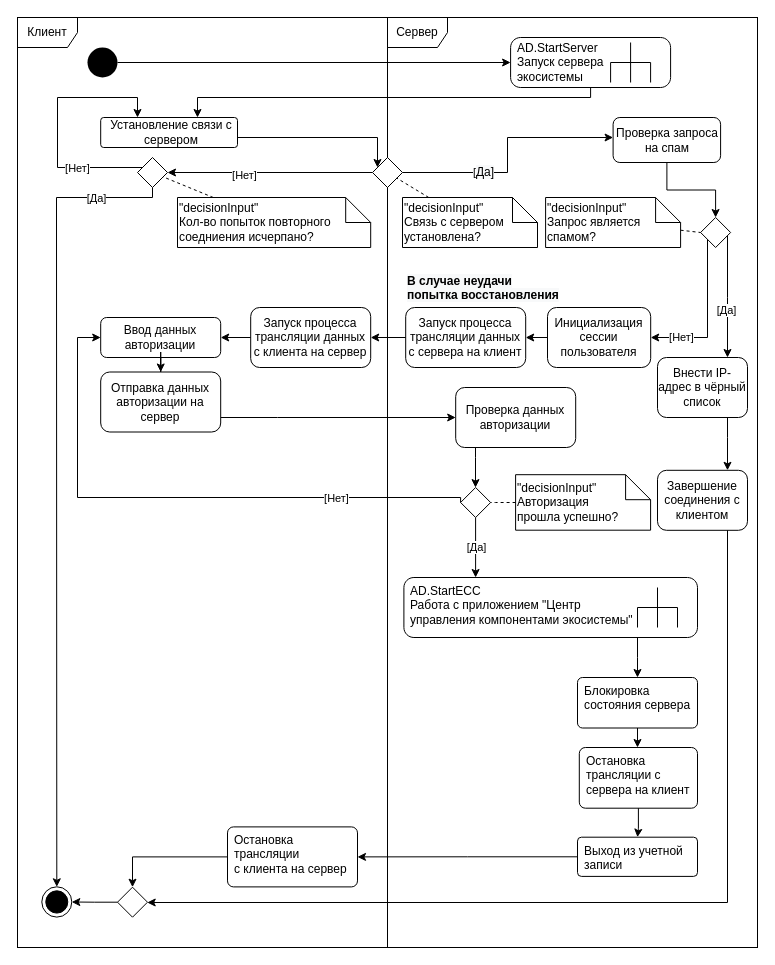
The draw.io diagram architecture/zero-level/activity-diagrams/AD.Administrator.drawio in AVAtarMod/Linux_Ecosystem, before the edit. Source tidied: cells renumbered, new cells numbered last; positions are measured from the earlier drawing's top-left corner, leaving out a move shared by most shapes. Both pictures are drawn from the tidied source at 100%, with x=0, y=0 at pixel (17, 17).
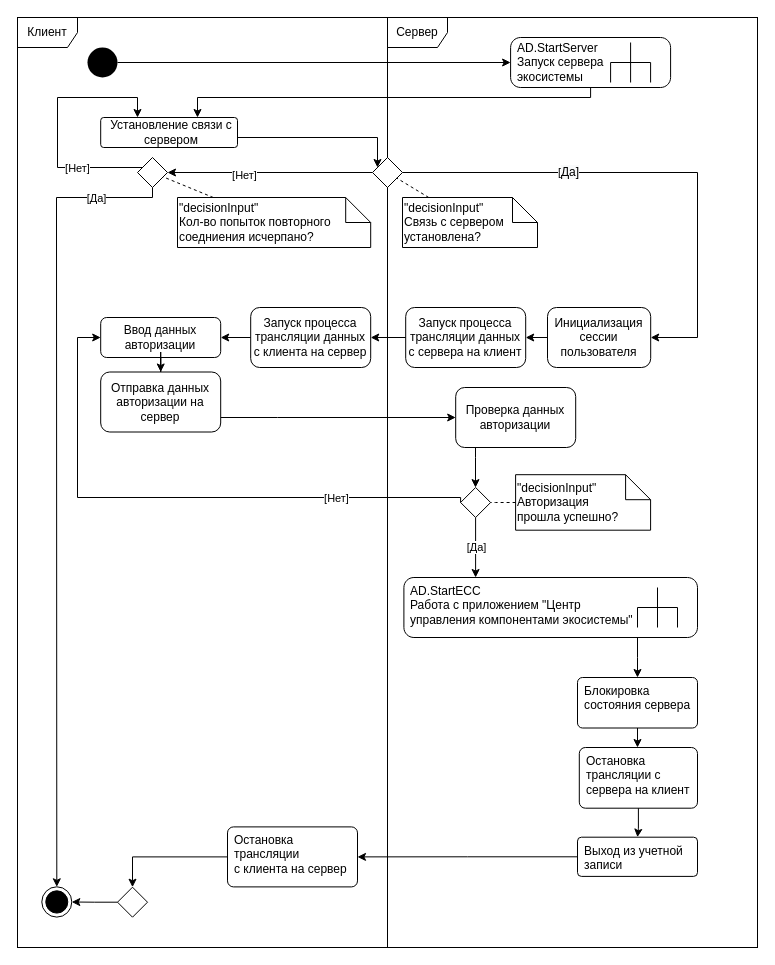
Above is the later version.

The change refers to these unchanged cells:
```xml
<mxCell id="2" style="group;" parent="1" vertex="1">
  <mxGeometry width="740" height="930" as="geometry" />
</mxCell>
<mxCell id="19" style="rhombus;" parent="2" vertex="1">
  <mxGeometry x="100" y="869.7" width="30" height="30" as="geometry" />
</mxCell>
<mxCell id="43" style="rhombus;" parent="1" vertex="1">
  <mxGeometry x="355" y="140" width="30" height="30" as="geometry" />
</mxCell>
<mxCell id="66" value="Инициализация сессии пользователя" style="whiteSpace=wrap;html=1;rounded=1;" parent="1" vertex="1">
  <mxGeometry x="530" y="290" width="103.2" height="60" as="geometry" />
</mxCell>
```

The edit, as a diff of the source:
```diff
@@
-    <mxCell id="15" value="&lt;span style=&quot;color: rgb(0, 0, 0); font-family: Helvetica; font-size: 12px; font-style: normal; font-variant-ligatures: normal; font-variant-caps: normal; font-weight: 700; letter-spacing: normal; orphans: 2; text-indent: 0px; text-transform: none; widows: 2; word-spacing: 0px; -webkit-text-stroke-width: 0px; background-color: rgb(248, 249, 250); text-decoration-thickness: initial; text-decoration-style: initial; text-decoration-color: initial; float: none; display: inline !important;&quot;&gt;В случае неудачи&lt;/span&gt;&lt;br style=&quot;-webkit-font-smoothing: antialiased; padding: 0px; margin: 0px; color: rgb(0, 0, 0); font-family: Helvetica; font-size: 12px; font-style: normal; font-variant-ligatures: normal; font-variant-caps: normal; font-weight: 700; letter-spacing: normal; orphans: 2; text-indent: 0px; text-transform: none; widows: 2; word-spacing: 0px; -webkit-text-stroke-width: 0px; background-color: rgb(248, 249, 250); text-decoration-thickness: initial; text-decoration-style: initial; text-decoration-color: initial;&quot;&gt;&lt;span style=&quot;color: rgb(0, 0, 0); font-family: Helvetica; font-size: 12px; font-style: normal; font-variant-ligatures: normal; font-variant-caps: normal; font-weight: 700; letter-spacing: normal; orphans: 2; text-indent: 0px; text-transform: none; widows: 2; word-spacing: 0px; -webkit-text-stroke-width: 0px; background-color: rgb(248, 249, 250); text-decoration-thickness: initial; text-decoration-style: initial; text-decoration-color: initial; float: none; display: inline !important;&quot;&gt;попытка восстановления&lt;/span&gt;" style="text;whiteSpace=wrap;html=1;align=left;" parent="2" vertex="1">
-      <mxGeometry x="388.1" y="250" width="190" height="50" as="geometry" />
-    </mxCell>
@@
-    <mxCell id="39" style="edgeStyle=orthogonalEdgeStyle;rounded=0;jettySize=auto;html=1;" parent="1" edge="1" source="43" target="45">
+    <mxCell id="39" style="edgeStyle=orthogonalEdgeStyle;rounded=0;jettySize=auto;html=1;" parent="1" edge="1" source="43" target="66">
       <mxGeometry relative="1" as="geometry">
         <Array as="points">
-          <mxPoint x="490" y="155" />
-          <mxPoint x="490" y="120" />
+          <mxPoint x="680" y="155" />
+          <mxPoint x="680" y="320" />
         </Array>
       </mxGeometry>
     </mxCell>
@@
-    <mxCell id="44" style="edgeStyle=orthogonalEdgeStyle;rounded=0;sketch=0;jettySize=auto;html=1;shadow=0;endArrow=classic;endFill=1;strokeColor=default;" parent="1" edge="1" source="45" target="59">
-      <mxGeometry relative="1" as="geometry" />
-    </mxCell>
-    <mxCell id="45" value="Проверка запроса на спам" style="whiteSpace=wrap;html=1;rounded=1;" parent="1" vertex="1">
-      <mxGeometry x="595.6" y="100" width="107.5" height="45" as="geometry" />
-    </mxCell>
@@
-    <mxCell id="55" style="edgeStyle=orthogonalEdgeStyle;rounded=0;sketch=0;jettySize=auto;html=1;shadow=0;endArrow=classic;endFill=1;strokeColor=default;" parent="1" edge="1" source="59" target="63">
-      <mxGeometry relative="1" as="geometry">
-        <Array as="points">
-          <mxPoint x="710" y="280" />
-          <mxPoint x="710" y="280" />
-        </Array>
-      </mxGeometry>
-    </mxCell>
-    <mxCell id="56" value="[Да]" style="edgeLabel;html=1;align=center;verticalAlign=middle;" parent="55" vertex="1">
-      <mxGeometry x="-0.2" relative="1" as="geometry">
-        <mxPoint x="-2" y="25" as="offset" />
-      </mxGeometry>
-    </mxCell>
-    <mxCell id="57" style="edgeStyle=orthogonalEdgeStyle;rounded=0;sketch=0;jettySize=auto;html=1;shadow=0;endArrow=classic;endFill=1;strokeColor=default;" parent="1" edge="1" source="59" target="66">
-      <mxGeometry relative="1" as="geometry">
-        <Array as="points">
-          <mxPoint x="690" y="320" />
-        </Array>
-      </mxGeometry>
-    </mxCell>
-    <mxCell id="58" value="[Нет]" style="edgeLabel;html=1;align=center;verticalAlign=middle;" parent="57" vertex="1">
-      <mxGeometry x="0.02" relative="1" as="geometry">
-        <mxPoint x="-27" y="19" as="offset" />
-      </mxGeometry>
-    </mxCell>
-    <mxCell id="59" style="rhombus;" parent="1" vertex="1">
-      <mxGeometry x="683.1" y="200" width="30" height="30" as="geometry" />
-    </mxCell>
-    <mxCell id="60" style="rounded=0;sketch=0;jettySize=auto;html=1;shadow=0;endArrow=none;endFill=0;strokeColor=default;entryX=0;entryY=0.5;entryDx=0;entryDy=0;dashed=1;" parent="1" edge="1" source="61" target="59">
-      <mxGeometry relative="1" as="geometry" />
-    </mxCell>
-    <mxCell id="61" value="&lt;div style=&quot;&quot;&gt;&lt;span style=&quot;&quot;&gt;&quot;decisionInput&quot;&lt;/span&gt;&lt;/div&gt;Запрос является спамом?" style="shape=note2;boundedLbl=1;html=1;size=25;verticalAlign=middle;align=left;rounded=1;fillColor=default;spacingTop=0;spacing=2;whiteSpace=wrap;labelBackgroundColor=none;" parent="1" vertex="1">
-      <mxGeometry x="528.1" y="180" width="135" height="50" as="geometry" />
-    </mxCell>
-    <mxCell id="62" style="edgeStyle=orthogonalEdgeStyle;rounded=0;sketch=0;jettySize=auto;html=1;shadow=0;endArrow=classic;endFill=1;strokeColor=default;" parent="1" edge="1" source="63" target="64">
-      <mxGeometry relative="1" as="geometry">
-        <Array as="points">
-          <mxPoint x="710" y="420" />
-          <mxPoint x="710" y="420" />
-        </Array>
-      </mxGeometry>
-    </mxCell>
-    <mxCell id="63" value="Внести IP-адрес в чёрный список" style="whiteSpace=wrap;html=1;rounded=1;" parent="1" vertex="1">
-      <mxGeometry x="640" y="340" width="90" height="60" as="geometry" />
-    </mxCell>
-    <mxCell id="64" value="Завершение соединения с клиентом" style="whiteSpace=wrap;html=1;rounded=1;" parent="1" vertex="1">
-      <mxGeometry x="640" y="452.8" width="90" height="60" as="geometry" />
-    </mxCell>
@@
-    <mxCell id="78" style="edgeStyle=orthogonalEdgeStyle;rounded=0;sketch=0;jettySize=auto;html=1;shadow=0;endArrow=classic;endFill=1;strokeColor=default;" parent="1" edge="1" source="64" target="19">
-      <mxGeometry relative="1" as="geometry">
-        <Array as="points">
-          <mxPoint x="710" y="885" />
-        </Array>
-      </mxGeometry>
-    </mxCell>
```
